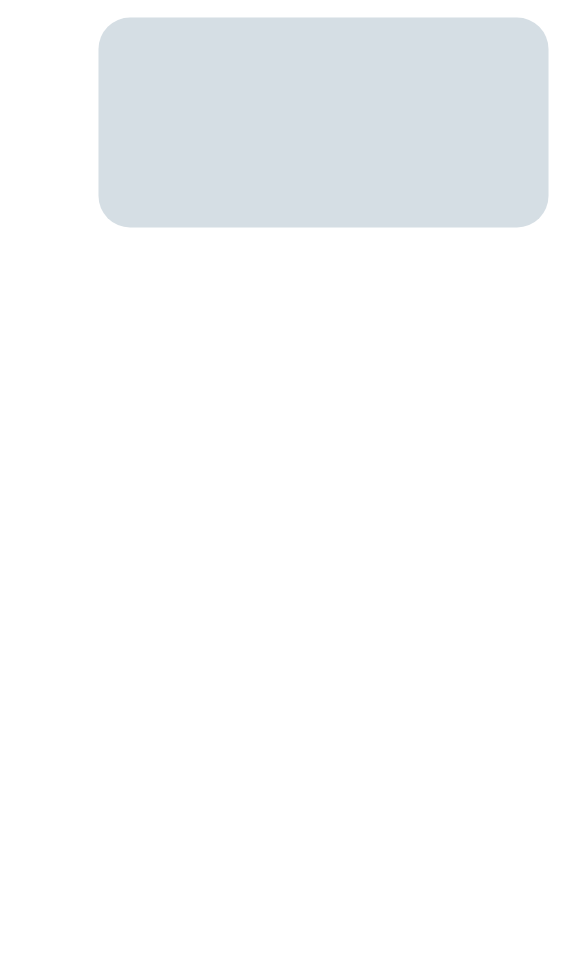
Above: Untitled Diagram.drawio in jaskiratkaur06/test (draw.io), before the change. Source tidied: cells renumbered, new cells numbered last; positions are measured from the earlier drawing's top-left corner, leaving out a move shared by most shapes. Both pictures are drawn from the tidied source at 100%, with x=0, y=0 at pixel (98, 17).
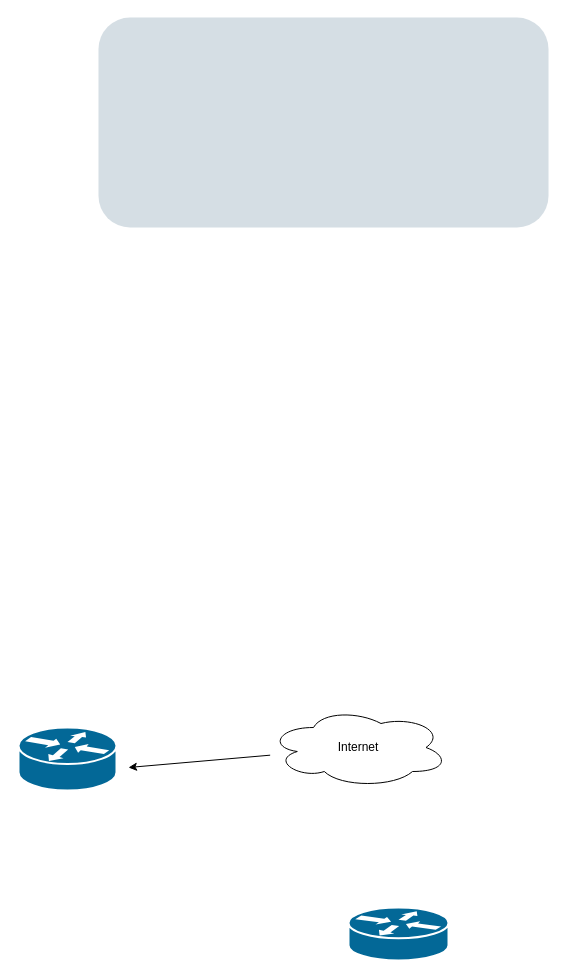
The same diagram, later.

Change to the diagram source:
```diff
@@
 <mxGraphModel>
   <root>
     <mxCell id="0" />
     <mxCell id="1" parent="0" />
     <mxCell id="2" style="rounded=1;whiteSpace=wrap;html=1;strokeColor=none;fillColor=#BAC8D3;fontSize=24;fontColor=#23445D;align=center;opacity=60;" parent="1" vertex="1">
       <mxGeometry width="450" height="210" as="geometry" />
     </mxCell>
+    <mxCell id="3" value="Internet" style="ellipse;shape=cloud;whiteSpace=wrap;html=1;" parent="1" vertex="1">
+      <mxGeometry x="170" y="690" width="180" height="80" as="geometry" />
+    </mxCell>
+    <mxCell id="4" style="endArrow=classic;html=1;rounded=0;" parent="1" edge="1" source="3">
+      <mxGeometry relative="1" as="geometry">
+        <mxPoint x="30" y="750" as="targetPoint" />
+      </mxGeometry>
+    </mxCell>
+    <mxCell id="5" style="shape=mxgraph.cisco.routers.router;sketch=0;html=1;dashed=0;fillColor=#036897;strokeColor=#ffffff;strokeWidth=2;verticalLabelPosition=bottom;verticalAlign=top;align=center;" parent="1" vertex="1">
+      <mxGeometry x="-80" y="710" width="98" height="63" as="geometry" />
+    </mxCell>
+    <mxCell id="6" style="shape=mxgraph.cisco.routers.router;sketch=0;html=1;dashed=0;fillColor=#036897;strokeColor=#ffffff;strokeWidth=2;verticalLabelPosition=bottom;verticalAlign=top;align=center;" parent="1" vertex="1">
+      <mxGeometry x="250" y="890" width="100" height="53" as="geometry" />
+    </mxCell>
   </root>
 </mxGraphModel>
```
